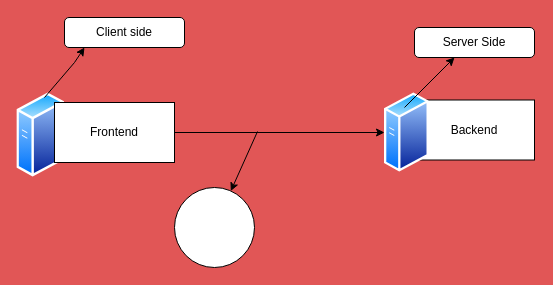
Earlier version of the draw.io diagram Untitled Diagram.drawio (Birkofniki/Augastine-). Source tidied: cells renumbered, new cells numbered last; positions are measured from the earlier drawing's top-left corner, leaving out a move shared by most shapes. Both pictures are drawn from the tidied source at 100%, with x=0, y=0 at pixel (16, 17).
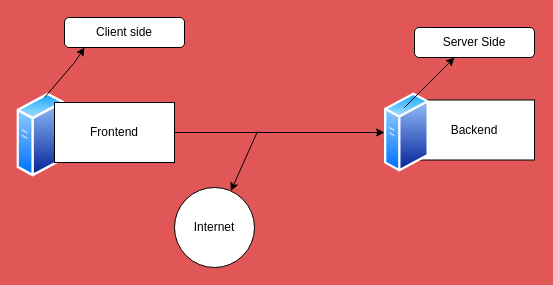
Above is the later version.

Diff of the diagram source:
```diff
@@
 <mxGraphModel background="#e15656">
   <root>
     <mxCell id="0" />
     <mxCell id="1" parent="0" />
     <mxCell id="2" style="image;perimeter=ellipsePerimeter;html=1;align=center;shadow=0;dashed=0;spacingTop=3;image=img/lib/active_directory/generic_server.svg;" parent="1" vertex="1">
       <mxGeometry x="0.4" y="75" width="47.6" height="85" as="geometry" />
     </mxCell>
     <mxCell id="3" style="edgeStyle=orthogonalEdgeStyle;rounded=0;jettySize=auto;html=1;exitX=1;exitY=0.5;exitDx=0;exitDy=0;entryX=0;entryY=0.5;entryDx=0;entryDy=0;" parent="1" edge="1" source="4" target="6">
       <mxGeometry relative="1" as="geometry" />
     </mxCell>
     <mxCell id="4" value="Frontend" style="rounded=0;whiteSpace=wrap;html=1;" parent="1" vertex="1">
       <mxGeometry x="38" y="85" width="120" height="60" as="geometry" />
     </mxCell>
     <mxCell id="5" value="Backend" style="rounded=0;whiteSpace=wrap;html=1;" parent="1" vertex="1">
       <mxGeometry x="398" y="82.5" width="120" height="60" as="geometry" />
     </mxCell>
     <mxCell id="6" style="image;perimeter=ellipsePerimeter;html=1;align=center;shadow=0;dashed=0;spacingTop=3;image=img/lib/active_directory/generic_server.svg;" parent="1" vertex="1">
       <mxGeometry x="368" y="75" width="44.8" height="80" as="geometry" />
     </mxCell>
     <mxCell id="7" style="endArrow=classic;html=1;rounded=0;" parent="1" edge="1">
       <mxGeometry relative="1" as="geometry">
         <mxPoint x="388" y="90" as="sourcePoint" />
         <mxPoint x="438" y="40" as="targetPoint" />
       </mxGeometry>
     </mxCell>
     <mxCell id="8" value="Server Side" style="rounded=1;whiteSpace=wrap;html=1;" parent="1" vertex="1">
       <mxGeometry x="398" y="10" width="120" height="30" as="geometry" />
     </mxCell>
     <mxCell id="9" value="Client side" style="rounded=1;whiteSpace=wrap;html=1;" parent="1" vertex="1">
       <mxGeometry x="48" width="120" height="30" as="geometry" />
     </mxCell>
     <mxCell id="10" style="endArrow=classic;html=1;rounded=0;" parent="1" edge="1">
       <mxGeometry relative="1" as="geometry">
         <mxPoint x="28" y="80" as="sourcePoint" />
         <mxPoint x="68" y="30" as="targetPoint" />
         <Array as="points">
           <mxPoint x="58" y="45" />
         </Array>
       </mxGeometry>
     </mxCell>
-    <mxCell id="11" style="ellipse;whiteSpace=wrap;html=1;" parent="1" vertex="1">
+    <mxCell id="11" value="Internet" style="ellipse;whiteSpace=wrap;html=1;" parent="1" vertex="1">
       <mxGeometry x="158" y="170" width="80" height="80" as="geometry" />
     </mxCell>
     <mxCell id="12" style="endArrow=classic;html=1;rounded=0;" parent="1" edge="1" target="11">
       <mxGeometry relative="1" as="geometry">
         <mxPoint x="241" y="114" as="sourcePoint" />
       </mxGeometry>
     </mxCell>
   </root>
 </mxGraphModel>
```
